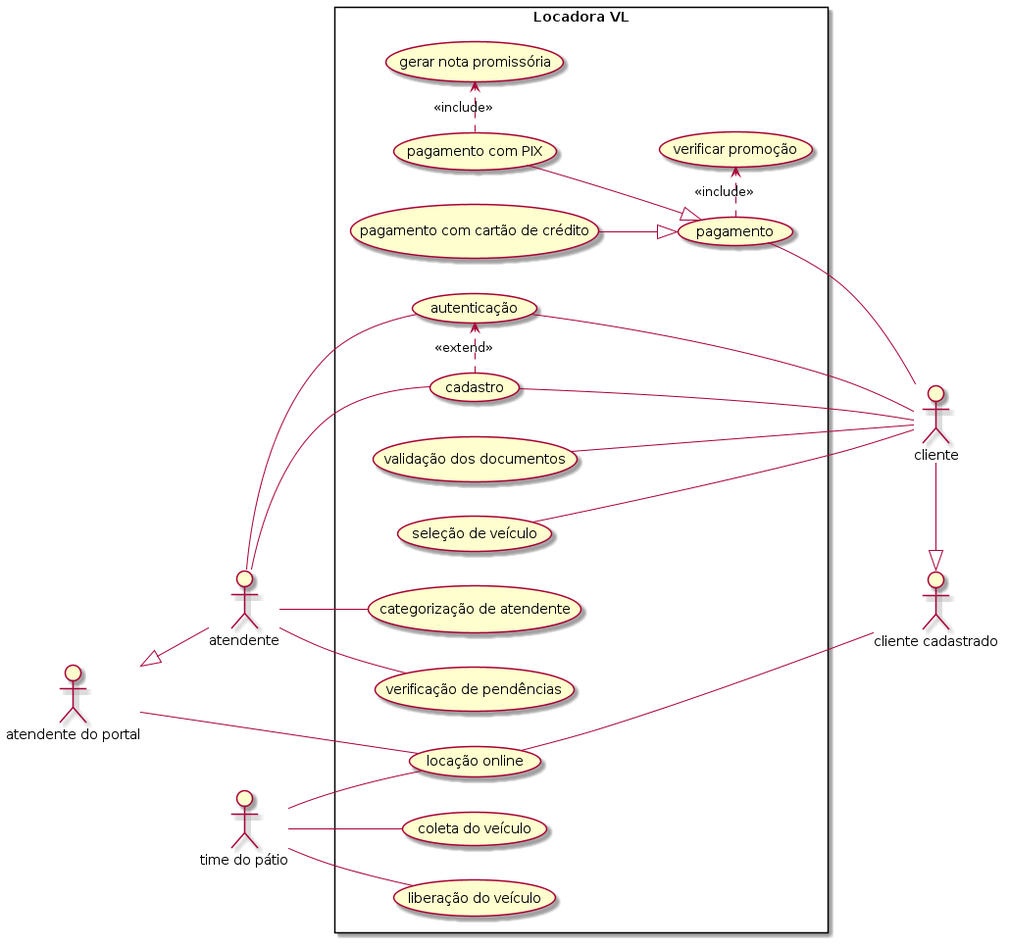
Above: images/caso_de_uso.png in sociedade-do-pastel/vl (PlantUML), before the change. Source of this version:
```plantuml
@startuml
left to right direction
skinparam packageStyle rectangle

actor cliente
actor atendente
:atendente do portal: as atPortal
atPortal <|-- atendente
:time do pátio: as patime
:cliente cadastrado: as cladastrado
cladastrado <|-left- cliente

rectangle "Locadora VL" {
    atendente -- (autenticação)
    (autenticação) -- cliente
    atendente -- (cadastro)
    (cadastro) -- cliente
    (validação dos documentos) -- cliente
    (seleção de veículo) -- cliente
    (pagamento) -- cliente
    (pagamento) <|-up- (pagamento com PIX)
    (pagamento) <|-up- (pagamento com cartão de crédito)
    (pagamento com PIX) .> (gerar nota promissória) : <<include>>
    patime -- (liberação do veículo)
    patime -- (coleta do veículo)
    (cadastro) .> (autenticação)  : <<extend>>
    atendente -- (categorização de atendente)
    atendente -- (verificação de pendências)
    (pagamento) .> (verificar promoção) : <<include>>
    atPortal -- (locação online)
    (locação online) -- cladastrado
    patime -- (locação online)
}
@enduml
```
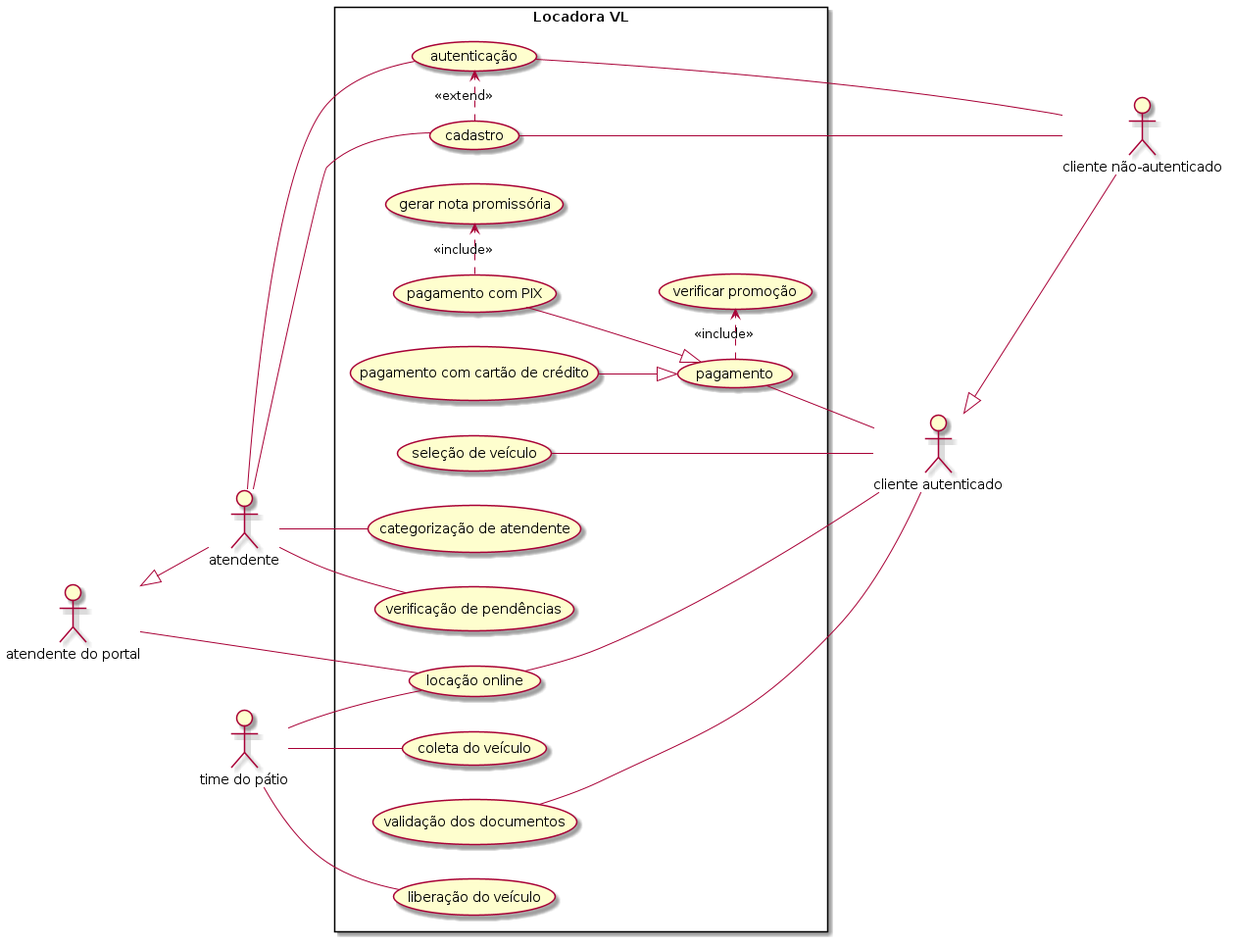
The same file after the commit.

Commit message:
Resolvido inconsistências com atores

What changed in the source:
```diff
@@ -2,22 +2,22 @@
 left to right direction
 skinparam packageStyle rectangle
 
-actor cliente
+:cliente não-autenticado: as cliente
 actor atendente
 :atendente do portal: as atPortal
 atPortal <|-- atendente
 :time do pátio: as patime
-:cliente cadastrado: as cladastrado
-cladastrado <|-left- cliente
+:cliente autenticado: as cladastrado
+cladastrado <|-- cliente
 
 rectangle "Locadora VL" {
     atendente -- (autenticação)
     (autenticação) -- cliente
     atendente -- (cadastro)
     (cadastro) -- cliente
-    (validação dos documentos) -- cliente
-    (seleção de veículo) -- cliente
-    (pagamento) -- cliente
+    (validação dos documentos) -- cladastrado
+    (seleção de veículo) -- cladastrado
+    (pagamento) -- cladastrado
     (pagamento) <|-up- (pagamento com PIX)
     (pagamento) <|-up- (pagamento com cartão de crédito)
     (pagamento com PIX) .> (gerar nota promissória) : <<include>>
```
